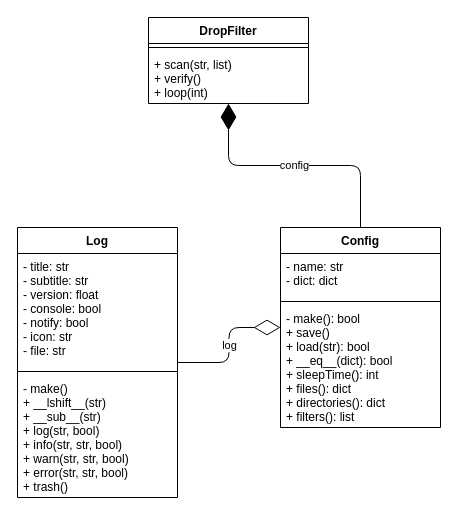
Zvorky/DropFilter keeps this draw.io diagram as Docs/ClassDiagram.drawio. Above is the earlier version. Source tidied: cells renumbered, new cells numbered last; positions are measured from the earlier drawing's top-left corner, leaving out a move shared by most shapes. Both pictures are drawn from the tidied source at 100%, with x=0, y=0 at pixel (17, 17).
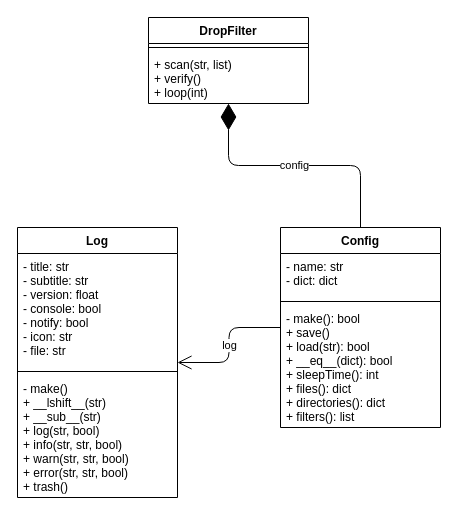
After the change.

Commit message (it also covers changes not shown here):
Config don't depends of Log

Diff of the diagram source:
```diff
@@
 <mxGraphModel>
   <root>
     <mxCell id="0" />
     <mxCell id="1" parent="0" />
     <mxCell id="2" value="Log" style="swimlane;fontStyle=1;align=center;verticalAlign=top;horizontal=1;startSize=26;rounded=0;" parent="1" vertex="1">
       <mxGeometry y="210" width="160" height="270" as="geometry" />
     </mxCell>
     <mxCell id="3" value="- title: str&#10;- subtitle: str&#10;- version: float&#10;- console: bool&#10;- notify: bool&#10;- icon: str&#10;- file: str" style="text;strokeColor=none;fillColor=none;align=left;verticalAlign=top;spacingLeft=4;spacingRight=4;overflow=hidden;rounded=0;" parent="2" vertex="1">
       <mxGeometry y="26" width="160" height="114" as="geometry" />
     </mxCell>
     <mxCell id="4" style="line;strokeWidth=1;fillColor=none;align=left;verticalAlign=middle;spacingTop=-1;spacingLeft=3;spacingRight=3;labelPosition=right;strokeColor=inherit;rounded=0;" parent="2" vertex="1">
       <mxGeometry y="140" width="160" height="8" as="geometry" />
     </mxCell>
     <mxCell id="5" value="- make()&#10;+ __lshift__(str)&#10;+ __sub__(str)&#10;+ log(str, bool)&#10;+ info(str, str, bool)&#10;+ warn(str, str, bool)&#10;+ error(str, str, bool)&#10;+ trash()" style="text;strokeColor=none;fillColor=none;align=left;verticalAlign=top;spacingLeft=4;spacingRight=4;overflow=hidden;rounded=0;" parent="2" vertex="1">
       <mxGeometry y="148" width="160" height="122" as="geometry" />
     </mxCell>
     <mxCell id="6" value="Config" style="swimlane;fontStyle=1;align=center;verticalAlign=top;horizontal=1;startSize=26;rounded=0;" parent="1" vertex="1">
       <mxGeometry x="263" y="210" width="160" height="200" as="geometry" />
     </mxCell>
     <mxCell id="7" value="- name: str&#10;- dict: dict" style="text;strokeColor=none;fillColor=none;align=left;verticalAlign=top;spacingLeft=4;spacingRight=4;overflow=hidden;rounded=0;" parent="6" vertex="1">
       <mxGeometry y="26" width="160" height="44" as="geometry" />
     </mxCell>
     <mxCell id="8" style="line;strokeWidth=1;fillColor=none;align=left;verticalAlign=middle;spacingTop=-1;spacingLeft=3;spacingRight=3;labelPosition=right;strokeColor=inherit;rounded=0;" parent="6" vertex="1">
       <mxGeometry y="70" width="160" height="8" as="geometry" />
     </mxCell>
     <mxCell id="9" value="- make(): bool&#10;+ save()&#10;+ load(str): bool&#10;+ __eq__(dict): bool&#10;+ sleepTime(): int&#10;+ files(): dict&#10;+ directories(): dict&#10;+ filters(): list" style="text;strokeColor=none;fillColor=none;align=left;verticalAlign=top;spacingLeft=4;spacingRight=4;overflow=hidden;rounded=0;" parent="6" vertex="1">
       <mxGeometry y="78" width="160" height="122" as="geometry" />
     </mxCell>
     <mxCell id="10" value="DropFilter" style="swimlane;fontStyle=1;align=center;verticalAlign=top;horizontal=1;startSize=26;rounded=0;" parent="1" vertex="1">
       <mxGeometry x="131" width="160" height="86" as="geometry" />
     </mxCell>
     <mxCell id="11" style="line;strokeWidth=1;fillColor=none;align=left;verticalAlign=middle;spacingTop=-1;spacingLeft=3;spacingRight=3;labelPosition=right;strokeColor=inherit;rounded=0;" parent="10" vertex="1">
       <mxGeometry y="26" width="160" height="8" as="geometry" />
     </mxCell>
     <mxCell id="12" value="+ scan(str, list)&#10;+ verify()&#10;+ loop(int)" style="text;strokeColor=none;fillColor=none;align=left;verticalAlign=top;spacingLeft=4;spacingRight=4;overflow=hidden;rounded=0;" parent="10" vertex="1">
       <mxGeometry y="34" width="160" height="52" as="geometry" />
     </mxCell>
     <mxCell id="13" value="config" style="endArrow=diamondThin;endFill=1;endSize=24;html=1;edgeStyle=orthogonalEdgeStyle;" parent="1" edge="1" source="6" target="10">
       <mxGeometry relative="1" as="geometry" />
     </mxCell>
-    <mxCell id="14" value="log" style="endArrow=diamondThin;endFill=0;endSize=24;html=1;edgeStyle=orthogonalEdgeStyle;" parent="1" edge="1" source="2" target="6">
+    <mxCell id="14" value="log" style="endArrow=open;endFill=1;endSize=12;html=1;edgeStyle=orthogonalEdgeStyle;" parent="1" edge="1" source="6" target="2">
       <mxGeometry relative="1" as="geometry" />
     </mxCell>
   </root>
 </mxGraphModel>
```
